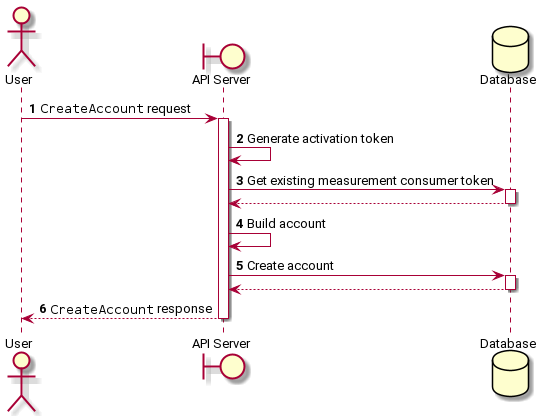
world-federation-of-advertisers/cross-media-measurement-api keeps this PlantUML diagram as docs/diagrams/owned_measurement_consumer_account_creation.png. Above is the earlier version. Its source is kept beside it as docs/diagrams/owned_measurement_consumer_account_creation.pu. The source it was exported from:
```plantuml
@startuml

skinparam default {
  fontName "Roboto"
  fontSize 13
  defaultMonospacedFontName "Roboto Mono"
}

autonumber
actor User
boundary "API Server" as Server
database "Database" as DB

User->Server: ""CreateAccount"" request
activate Server
Server->Server: Generate activation token
Server->DB: Get existing measurement consumer token
activate DB
autonumber stop
return
autonumber resume
Server->Server: Build account
Server->DB: Create account
activate DB
autonumber stop
return
autonumber resume
return ""CreateAccount"" response

@enduml
```
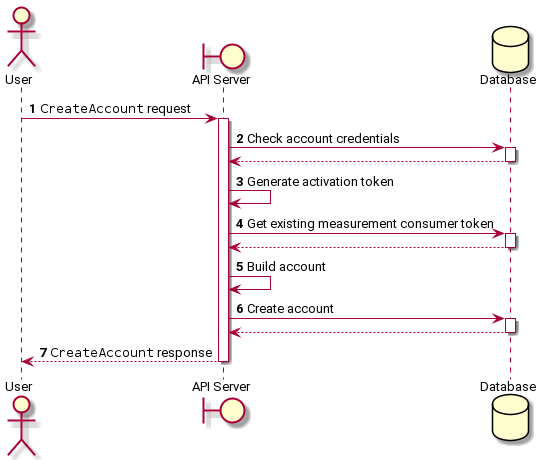
After the commit.

Commit message:
Add check account credentials to owned measurement consumer account creation diagram.

The edit, as a diff of the source:
```diff
@@ -13,6 +13,11 @@
 
 User->Server: ""CreateAccount"" request
 activate Server
+Server->DB: Check account credentials
+activate DB
+autonumber stop
+return
+autonumber resume
 Server->Server: Generate activation token
 Server->DB: Get existing measurement consumer token
 activate DB
```
